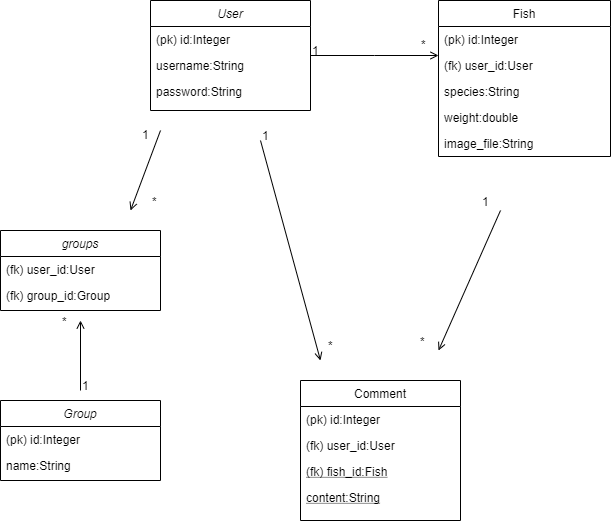
Before: documentation/fishCatchForumClassDiagram.png, a diagram exported from draw.io (samvancart/fish-catch-forum). Source tidied: cells renumbered, new cells last; positions are measured from the earlier drawing's top-left corner, leaving out a move shared by most shapes.
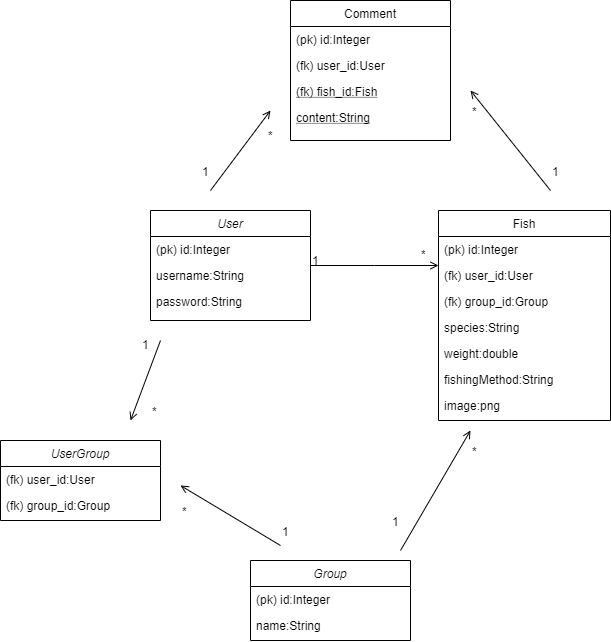
Above is the later version.

Commit message:
updated class diagram

Change to the diagram source:
```diff
@@ -4,18 +4,18 @@
     <mxCell id="1" parent="0" />
     <mxCell id="2" style="endArrow=open;shadow=0;strokeWidth=1;strokeColor=#000000;rounded=0;endFill=1;elbow=vertical;" parent="1" edge="1">
       <mxGeometry x="0.5" y="41" relative="1" as="geometry">
-        <mxPoint x="500" y="210" as="sourcePoint" />
-        <mxPoint x="438" y="350" as="targetPoint" />
+        <mxPoint x="550" y="140" as="sourcePoint" />
+        <mxPoint x="470" y="40" as="targetPoint" />
         <mxPoint x="-40" y="32" as="offset" />
       </mxGeometry>
     </mxCell>
     <mxCell id="3" value="1" style="align=left;verticalAlign=bottom;labelBackgroundColor=none;fontSize=12;" parent="2" vertex="1">
       <mxGeometry x="-1" relative="1" as="geometry">
-        <mxPoint x="-20" as="offset" />
+        <mxPoint y="-10" as="offset" />
       </mxGeometry>
     </mxCell>
     <mxCell id="4" value="User" style="swimlane;fontStyle=2;align=center;verticalAlign=top;horizontal=1;startSize=26;rounded=0;shadow=0;strokeWidth=1;" parent="1" vertex="1">
-      <mxGeometry x="150" width="160" height="110" as="geometry" />
+      <mxGeometry x="150" y="160" width="160" height="110" as="geometry" />
     </mxCell>
     <mxCell id="5" value="(pk) id:Integer" style="text;align=left;verticalAlign=top;spacingLeft=4;spacingRight=4;overflow=hidden;rounded=0;shadow=0;html=0;" parent="4" vertex="1">
       <mxGeometry y="26" width="160" height="26" as="geometry" />
@@ -27,7 +27,7 @@
       <mxGeometry y="78" width="160" height="26" as="geometry" />
     </mxCell>
     <mxCell id="8" value="Comment" style="swimlane;fontStyle=0;align=center;verticalAlign=top;horizontal=1;startSize=26;rounded=0;shadow=0;strokeWidth=1;" parent="1" vertex="1">
-      <mxGeometry x="300" y="380" width="160" height="140" as="geometry" />
+      <mxGeometry x="290" y="-50" width="160" height="140" as="geometry" />
     </mxCell>
     <mxCell id="9" value="(pk) id:Integer&#10;" style="text;align=left;verticalAlign=top;spacingLeft=4;spacingRight=4;overflow=hidden;" parent="8" vertex="1">
       <mxGeometry y="26" width="160" height="26" as="geometry" />
@@ -42,7 +42,7 @@
       <mxGeometry y="104" width="160" height="26" as="geometry" />
     </mxCell>
     <mxCell id="13" value="Fish" style="swimlane;fontStyle=0;align=center;verticalAlign=top;horizontal=1;startSize=26;rounded=0;shadow=0;strokeWidth=1;" parent="1" vertex="1">
-      <mxGeometry x="438" width="172" height="156" as="geometry" />
+      <mxGeometry x="438" y="160" width="172" height="210" as="geometry" />
     </mxCell>
     <mxCell id="14" value="(pk) id:Integer" style="text;align=left;verticalAlign=top;spacingLeft=4;spacingRight=4;overflow=hidden;" parent="13" vertex="1">
       <mxGeometry y="26" width="172" height="26" as="geometry" />
@@ -50,14 +50,20 @@
     <mxCell id="15" value="(fk) user_id:User" style="text;align=left;verticalAlign=top;spacingLeft=4;spacingRight=4;overflow=hidden;" parent="13" vertex="1">
       <mxGeometry y="52" width="172" height="26" as="geometry" />
     </mxCell>
+    <mxCell id="38" value="(fk) group_id:Group" style="text;align=left;verticalAlign=top;spacingLeft=4;spacingRight=4;overflow=hidden;rounded=0;shadow=0;html=0;" parent="13" vertex="1">
+      <mxGeometry y="78" width="172" height="26" as="geometry" />
+    </mxCell>
     <mxCell id="16" value="species:String" style="text;align=left;verticalAlign=top;spacingLeft=4;spacingRight=4;overflow=hidden;rounded=0;shadow=0;html=0;" parent="13" vertex="1">
-      <mxGeometry y="78" width="172" height="26" as="geometry" />
+      <mxGeometry y="104" width="172" height="26" as="geometry" />
     </mxCell>
     <mxCell id="17" value="weight:double" style="text;align=left;verticalAlign=top;spacingLeft=4;spacingRight=4;overflow=hidden;rounded=0;shadow=0;html=0;" parent="13" vertex="1">
-      <mxGeometry y="104" width="172" height="26" as="geometry" />
+      <mxGeometry y="130" width="172" height="26" as="geometry" />
     </mxCell>
+    <mxCell id="39" value="fishingMethod:String" style="text;align=left;verticalAlign=top;spacingLeft=4;spacingRight=4;overflow=hidden;rounded=0;shadow=0;html=0;" parent="13" vertex="1">
+      <mxGeometry y="156" width="172" height="26" as="geometry" />
+    </mxCell>
-    <mxCell id="18" value="image_file:String" style="text;align=left;verticalAlign=top;spacingLeft=4;spacingRight=4;overflow=hidden;rounded=0;shadow=0;html=0;" parent="13" vertex="1">
-      <mxGeometry y="130" width="172" height="26" as="geometry" />
+    <mxCell id="18" value="image:png" style="text;align=left;verticalAlign=top;spacingLeft=4;spacingRight=4;overflow=hidden;rounded=0;shadow=0;html=0;" parent="13" vertex="1">
+      <mxGeometry y="182" width="172" height="26" as="geometry" />
     </mxCell>
     <mxCell id="19" style="endArrow=open;shadow=0;strokeWidth=1;strokeColor=#000000;rounded=0;endFill=1;edgeStyle=elbowEdgeStyle;elbow=vertical;" parent="1" edge="1" source="4" target="13">
       <mxGeometry x="0.5" y="41" relative="1" as="geometry">
@@ -70,34 +76,34 @@
       </mxGeometry>
     </mxCell>
     <mxCell id="21" value="*" style="align=left;verticalAlign=bottom;labelBackgroundColor=none;fontSize=12;" parent="1" vertex="1">
-      <mxGeometry x="310" y="78" as="geometry">
+      <mxGeometry x="310" y="238" as="geometry">
         <mxPoint x="109" y="-25" as="offset" />
       </mxGeometry>
     </mxCell>
     <mxCell id="22" value="*" style="align=left;verticalAlign=bottom;labelBackgroundColor=none;fontSize=12;" parent="1" vertex="1">
-      <mxGeometry x="250" y="300" as="geometry">
+      <mxGeometry x="190" y="40" as="geometry">
         <mxPoint x="76" y="54" as="offset" />
       </mxGeometry>
     </mxCell>
     <mxCell id="23" style="endArrow=open;shadow=0;strokeWidth=1;strokeColor=#000000;rounded=0;endFill=1;elbow=vertical;" parent="1" edge="1">
       <mxGeometry x="0.5" y="41" relative="1" as="geometry">
-        <mxPoint x="260" y="140" as="sourcePoint" />
-        <mxPoint x="320" y="360" as="targetPoint" />
+        <mxPoint x="210" y="140" as="sourcePoint" />
+        <mxPoint x="270" y="60" as="targetPoint" />
         <mxPoint x="-40" y="32" as="offset" />
       </mxGeometry>
     </mxCell>
     <mxCell id="24" value="1" style="align=left;verticalAlign=bottom;labelBackgroundColor=none;fontSize=12;" parent="23" vertex="1">
       <mxGeometry x="-1" relative="1" as="geometry">
-        <mxPoint y="4" as="offset" />
+        <mxPoint x="-10" y="-10" as="offset" />
       </mxGeometry>
     </mxCell>
     <mxCell id="25" value="*" style="align=left;verticalAlign=bottom;labelBackgroundColor=none;fontSize=12;" parent="1" vertex="1">
-      <mxGeometry x="438" y="350" as="geometry">
+      <mxGeometry x="490" y="70" as="geometry">
         <mxPoint x="-20" as="offset" />
       </mxGeometry>
     </mxCell>
-    <mxCell id="26" value="groups" style="swimlane;fontStyle=2;align=center;verticalAlign=top;horizontal=1;startSize=26;rounded=0;shadow=0;strokeWidth=1;" parent="1" vertex="1">
-      <mxGeometry y="230" width="160" height="80" as="geometry" />
+    <mxCell id="26" value="UserGroup" style="swimlane;fontStyle=2;align=center;verticalAlign=top;horizontal=1;startSize=26;rounded=0;shadow=0;strokeWidth=1;" parent="1" vertex="1">
+      <mxGeometry y="390" width="160" height="80" as="geometry" />
     </mxCell>
     <mxCell id="27" value="(fk) user_id:User&#10;" style="text;align=left;verticalAlign=top;spacingLeft=4;spacingRight=4;overflow=hidden;" parent="26" vertex="1">
       <mxGeometry y="26" width="160" height="26" as="geometry" />
@@ -106,19 +112,19 @@
       <mxGeometry y="52" width="160" height="26" as="geometry" />
     </mxCell>
     <mxCell id="29" value="*" style="align=left;verticalAlign=bottom;labelBackgroundColor=none;fontSize=12;" parent="1" vertex="1">
-      <mxGeometry x="140" y="200" as="geometry">
+      <mxGeometry x="140" y="360" as="geometry">
         <mxPoint x="10" y="10" as="offset" />
       </mxGeometry>
     </mxCell>
     <mxCell id="30" value="*" style="align=left;verticalAlign=bottom;labelBackgroundColor=none;fontSize=12;" parent="1" vertex="1">
-      <mxGeometry x="50" y="320" as="geometry">
+      <mxGeometry x="170" y="460" as="geometry">
         <mxPoint x="10" y="10" as="offset" />
       </mxGeometry>
     </mxCell>
     <mxCell id="31" style="endArrow=open;shadow=0;strokeWidth=1;strokeColor=#000000;rounded=0;endFill=1;elbow=vertical;" parent="1" edge="1">
       <mxGeometry x="0.5" y="41" relative="1" as="geometry">
-        <mxPoint x="160" y="130" as="sourcePoint" />
-        <mxPoint x="130" y="210" as="targetPoint" />
+        <mxPoint x="160" y="290" as="sourcePoint" />
+        <mxPoint x="130" y="370" as="targetPoint" />
         <mxPoint x="-40" y="32" as="offset" />
       </mxGeometry>
     </mxCell>
@@ -128,7 +134,7 @@
       </mxGeometry>
     </mxCell>
     <mxCell id="33" value="Group" style="swimlane;fontStyle=2;align=center;verticalAlign=top;horizontal=1;startSize=26;rounded=0;shadow=0;strokeWidth=1;" parent="1" vertex="1">
-      <mxGeometry y="400" width="160" height="80" as="geometry" />
+      <mxGeometry x="250" y="510" width="160" height="80" as="geometry" />
     </mxCell>
     <mxCell id="34" value="(pk) id:Integer&#10;" style="text;align=left;verticalAlign=top;spacingLeft=4;spacingRight=4;overflow=hidden;" parent="33" vertex="1">
       <mxGeometry y="26" width="160" height="26" as="geometry" />
@@ -138,15 +144,32 @@
     </mxCell>
     <mxCell id="36" style="endArrow=open;shadow=0;strokeWidth=1;strokeColor=#000000;rounded=0;endFill=1;elbow=vertical;" parent="1" edge="1">
       <mxGeometry x="0.5" y="41" relative="1" as="geometry">
-        <mxPoint x="80" y="390" as="sourcePoint" />
-        <mxPoint x="80" y="320" as="targetPoint" />
+        <mxPoint x="280" y="495" as="sourcePoint" />
+        <mxPoint x="180" y="435" as="targetPoint" />
         <mxPoint x="-40" y="32" as="offset" />
       </mxGeometry>
     </mxCell>
     <mxCell id="37" value="1" style="align=left;verticalAlign=bottom;labelBackgroundColor=none;fontSize=12;" parent="36" vertex="1">
       <mxGeometry x="-1" relative="1" as="geometry">
-        <mxPoint y="4" as="offset" />
+        <mxPoint y="-5" as="offset" />
       </mxGeometry>
     </mxCell>
+    <mxCell id="40" style="endArrow=open;shadow=0;strokeWidth=1;strokeColor=#000000;rounded=0;endFill=1;elbow=vertical;" parent="1" edge="1">
+      <mxGeometry x="0.5" y="41" relative="1" as="geometry">
+        <mxPoint x="400" y="500" as="sourcePoint" />
+        <mxPoint x="470" y="380" as="targetPoint" />
+        <mxPoint x="-40" y="32" as="offset" />
+      </mxGeometry>
+    </mxCell>
+    <mxCell id="41" value="1&#10;" style="align=left;verticalAlign=bottom;labelBackgroundColor=none;fontSize=12;" parent="40" vertex="1">
+      <mxGeometry x="-1" relative="1" as="geometry">
+        <mxPoint x="-10" y="-6" as="offset" />
+      </mxGeometry>
+    </mxCell>
+    <mxCell id="42" value="*" style="align=left;verticalAlign=bottom;labelBackgroundColor=none;fontSize=12;" parent="1" vertex="1">
+      <mxGeometry x="490" y="410" as="geometry">
+        <mxPoint x="-20" as="offset" />
+      </mxGeometry>
+    </mxCell>
   </root>
 </mxGraphModel>
```
